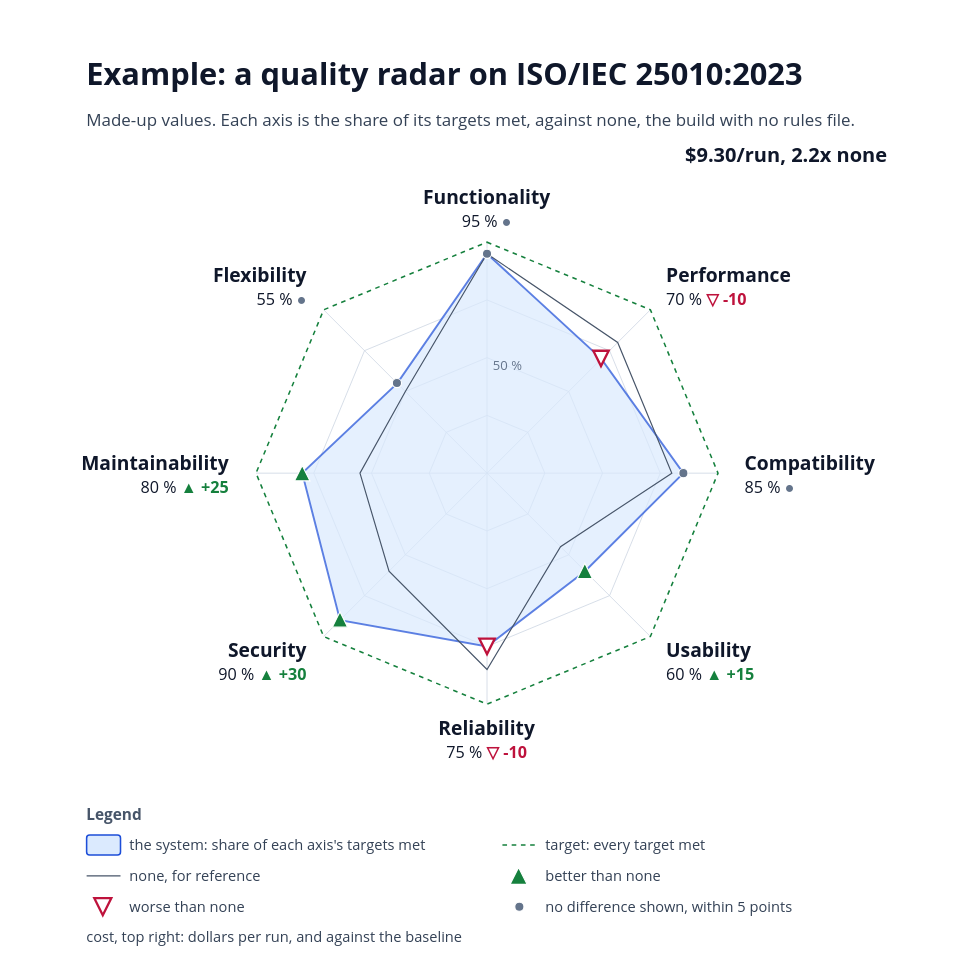
The draw.io diagram docs/diagrams/iso-radar-example.drawio in solid-ai-dev/solid-ai-benchmark, before the edit. Source tidied: cells renumbered, new cells numbered last; positions are measured from the earlier drawing's top-left corner, leaving out a move shared by most shapes. Both pictures are drawn from the tidied source at 77%, with x=0, y=0 at pixel (13, 52).
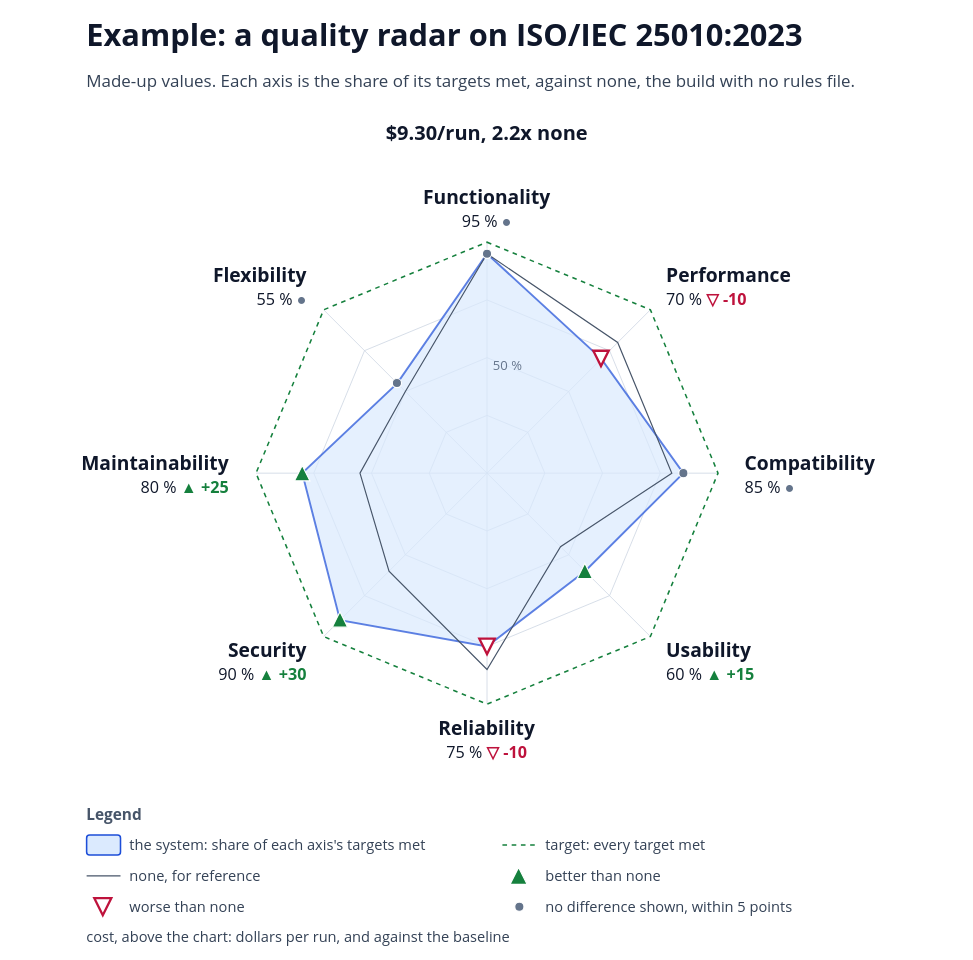
After the change.

Commit message (it also covers changes not shown here):
docs(spikes): centre the cost above the example radar

Claude-Session: https://claude.ai/code/session_01DpT5xPFWEQr1bipxbbKBRF

What changed in the source:
```diff
@@
     <mxCell id="2" value="Example: a quality radar on ISO/IEC 25010:2023" style="text;html=1;whiteSpace=wrap;strokeColor=none;fillColor=none;align=left;verticalAlign=middle;fontFamily=Segoe UI;fontSize=40;fontColor=#0F172A;fontStyle=1;spacing=0;" parent="1" vertex="1">
-      <mxGeometry x="95" width="1040" height="52" as="geometry" />
+      <mxGeometry x="95" y="-50" width="1040" height="52" as="geometry" />
     </mxCell>
     <mxCell id="3" value="Made-up values. Each axis is the share of its targets met, against none, the build with no rules file." style="text;html=1;whiteSpace=wrap;strokeColor=none;fillColor=none;align=left;verticalAlign=middle;fontFamily=Segoe UI;fontSize=22;fontColor=#334155;fontStyle=0;spacing=0;" parent="1" vertex="1">
-      <mxGeometry x="95" y="56" width="1040" height="60" as="geometry" />
+      <mxGeometry x="95" y="6" width="1040" height="60" as="geometry" />
     </mxCell>
-    <mxCell id="4" value="$9.30/run, 2.2x none" style="text;html=1;whiteSpace=wrap;strokeColor=none;fillColor=none;align=right;verticalAlign=middle;fontFamily=Segoe UI;fontSize=26;fontColor=#0F172A;fontStyle=1;spacing=0;" parent="1" vertex="1">
-      <mxGeometry x="765" y="114" width="370" height="36" as="geometry" />
+    <mxCell id="4" value="$9.30/run, 2.2x none" style="text;html=1;whiteSpace=wrap;strokeColor=none;fillColor=none;align=center;verticalAlign=middle;fontFamily=Segoe UI;fontSize=26;fontColor=#0F172A;fontStyle=1;spacing=0;" parent="1" vertex="1">
+      <mxGeometry x="415" y="86" width="400" height="36" as="geometry" />
     </mxCell>
@@
-    <mxCell id="49" value="cost, top right: dollars per run, and against the baseline" style="text;html=1;whiteSpace=wrap;strokeColor=none;fillColor=none;align=left;verticalAlign=middle;fontFamily=Segoe UI;fontSize=19;fontColor=#334155;fontStyle=0;spacing=0;" parent="1" vertex="1">
+    <mxCell id="49" value="cost, above the chart: dollars per run, and against the baseline" style="text;html=1;whiteSpace=wrap;strokeColor=none;fillColor=none;align=left;verticalAlign=middle;fontFamily=Segoe UI;fontSize=19;fontColor=#334155;fontStyle=0;spacing=0;" parent="1" vertex="1">
       <mxGeometry x="95" y="1136" width="700" height="26" as="geometry" />
     </mxCell>
```
